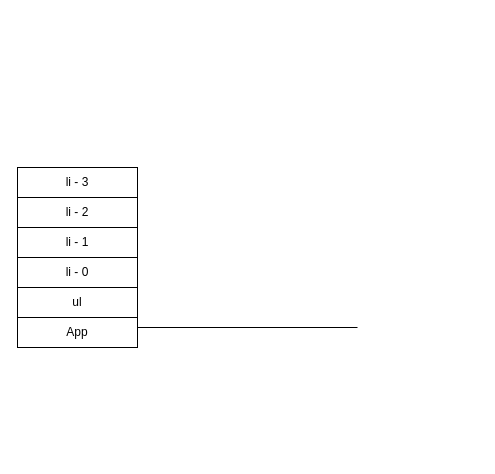
Above: Untitled Diagram.drawio in SivaPriya03/React_internals (draw.io), before the change. Source tidied: cells renumbered, new cells numbered last; positions are measured from the earlier drawing's top-left corner, leaving out a move shared by most shapes. Both pictures are drawn from the tidied source at 100%, with x=0, y=0 at pixel (17, 167).
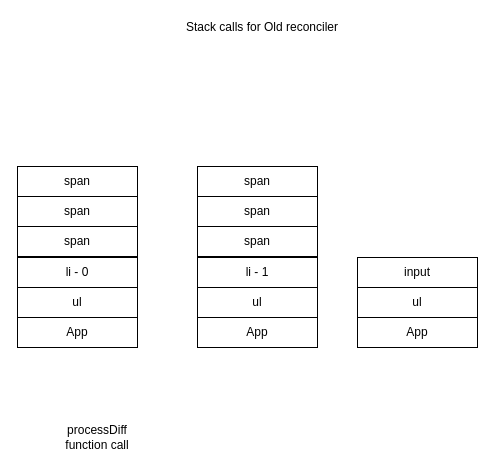
The same page after the edit.

Diff of the diagram source:
```diff
@@
 <mxGraphModel>
   <root>
     <mxCell id="0" />
     <mxCell id="1" parent="0" />
     <mxCell id="2" value="ul" style="rounded=0;whiteSpace=wrap;html=1;" parent="1" vertex="1">
       <mxGeometry y="120" width="120" height="30" as="geometry" />
     </mxCell>
-    <mxCell id="3" style="edgeStyle=orthogonalEdgeStyle;rounded=0;jettySize=auto;html=1;" parent="1" edge="1" target="2">
-      <mxGeometry relative="1" as="geometry">
-        <mxPoint x="340" y="160" as="sourcePoint" />
-        <Array as="points">
-          <mxPoint x="60" y="160" />
-        </Array>
-      </mxGeometry>
-    </mxCell>
     <mxCell id="4" value="App" style="rounded=0;whiteSpace=wrap;html=1;" parent="1" vertex="1">
       <mxGeometry y="150" width="120" height="30" as="geometry" />
     </mxCell>
     <mxCell id="5" value="li - 0" style="rounded=0;whiteSpace=wrap;html=1;" parent="1" vertex="1">
       <mxGeometry y="90" width="120" height="30" as="geometry" />
     </mxCell>
-    <mxCell id="6" value="li - 3" style="rounded=0;whiteSpace=wrap;html=1;" parent="1" vertex="1">
-      <mxGeometry width="120" height="30" as="geometry" />
-    </mxCell>
-    <mxCell id="7" value="li - 2" style="rounded=0;whiteSpace=wrap;html=1;" parent="1" vertex="1">
-      <mxGeometry y="30" width="120" height="30" as="geometry" />
-    </mxCell>
-    <mxCell id="8" value="li - 1" style="rounded=0;whiteSpace=wrap;html=1;" parent="1" vertex="1">
-      <mxGeometry y="60" width="120" height="30" as="geometry" />
+    <mxCell id="8" value="span" style="rounded=0;whiteSpace=wrap;html=1;" parent="1" vertex="1">
+      <mxGeometry y="59" width="120" height="30" as="geometry" />
     </mxCell>
+    <mxCell id="9" value="span" style="rounded=0;whiteSpace=wrap;html=1;" parent="1" vertex="1">
+      <mxGeometry y="-1" width="120" height="30" as="geometry" />
+    </mxCell>
+    <mxCell id="10" value="span" style="rounded=0;whiteSpace=wrap;html=1;" parent="1" vertex="1">
+      <mxGeometry y="29" width="120" height="30" as="geometry" />
+    </mxCell>
+    <mxCell id="11" value="processDiff function call" style="text;html=1;strokeColor=none;fillColor=none;align=center;verticalAlign=middle;whiteSpace=wrap;rounded=0;" parent="1" vertex="1">
+      <mxGeometry x="40" y="250" width="80" height="40" as="geometry" />
+    </mxCell>
+    <mxCell id="12" value="ul" style="rounded=0;whiteSpace=wrap;html=1;" parent="1" vertex="1">
+      <mxGeometry x="180" y="120" width="120" height="30" as="geometry" />
+    </mxCell>
+    <mxCell id="13" value="App" style="rounded=0;whiteSpace=wrap;html=1;" parent="1" vertex="1">
+      <mxGeometry x="180" y="150" width="120" height="30" as="geometry" />
+    </mxCell>
+    <mxCell id="14" value="li - 1" style="rounded=0;whiteSpace=wrap;html=1;" parent="1" vertex="1">
+      <mxGeometry x="180" y="90" width="120" height="30" as="geometry" />
+    </mxCell>
+    <mxCell id="15" value="span" style="rounded=0;whiteSpace=wrap;html=1;" parent="1" vertex="1">
+      <mxGeometry x="180" y="59" width="120" height="30" as="geometry" />
+    </mxCell>
+    <mxCell id="16" value="span" style="rounded=0;whiteSpace=wrap;html=1;" parent="1" vertex="1">
+      <mxGeometry x="180" y="-1" width="120" height="30" as="geometry" />
+    </mxCell>
+    <mxCell id="17" value="span" style="rounded=0;whiteSpace=wrap;html=1;" parent="1" vertex="1">
+      <mxGeometry x="180" y="29" width="120" height="30" as="geometry" />
+    </mxCell>
+    <mxCell id="18" value="ul" style="rounded=0;whiteSpace=wrap;html=1;" parent="1" vertex="1">
+      <mxGeometry x="340" y="120" width="120" height="30" as="geometry" />
+    </mxCell>
+    <mxCell id="19" value="App" style="rounded=0;whiteSpace=wrap;html=1;" parent="1" vertex="1">
+      <mxGeometry x="340" y="150" width="120" height="30" as="geometry" />
+    </mxCell>
+    <mxCell id="20" value="input" style="rounded=0;whiteSpace=wrap;html=1;" parent="1" vertex="1">
+      <mxGeometry x="340" y="90" width="120" height="30" as="geometry" />
+    </mxCell>
+    <mxCell id="21" value="Stack calls for Old reconciler" style="text;html=1;strokeColor=none;fillColor=none;align=center;verticalAlign=middle;whiteSpace=wrap;rounded=0;" parent="1" vertex="1">
+      <mxGeometry x="30" y="-150" width="430" height="20" as="geometry" />
+    </mxCell>
   </root>
 </mxGraphModel>
```
